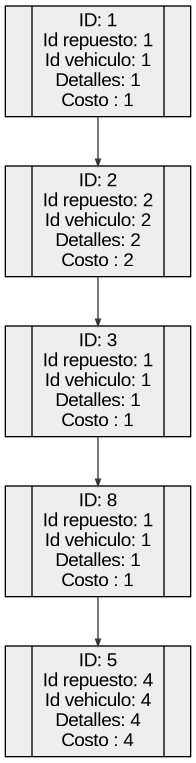
This is Fase2/AutoGestPro/Reportes/ReporteServicios.png from 0520Jose/-EDD-1S2025_202300539, a Graphviz export, as it was before one commit. Its source is kept beside it as Fase2/AutoGestPro/Reportes/ReporteServicios.dot. Source of this version:
```dot
digraph G {
node [shape=record];
rankdir=TB;
node [height=0.5];
node [width=0.5];
node [style=filled];
node [fillcolor="#EEEEEE"];
node [fontname="Arial"];
edge [fontname="Arial"];
edge [fontsize=8];
edge [fontcolor="#333333"];
edge [labelfloat=false];
edge [decorate=true];
edge [style="solid"];
edge [color="#333333"];
edge [dir="forward"];
edge [arrowhead="normal"];
edge [arrowsize="0.5"];
edge [arrowtail="normal"];
edge [taillabel=""];
edge [headlabel=""];
edge [label=""];
edge [weight="1"];
n1 [label="<f0> |<f1> ID: 1\nId repuesto: 1\nId vehiculo: 1\nDetalles: 1\nCosto : 1|<f2>"];
n1:D -> n2;
n2 [label="<f0> |<f1> ID: 2\nId repuesto: 2\nId vehiculo: 2\nDetalles: 2\nCosto : 2|<f2>"];
n2:D -> n3;
n3 [label="<f0> |<f1> ID: 3\nId repuesto: 1\nId vehiculo: 1\nDetalles: 1\nCosto : 1|<f2>"];
n3:D -> n8;
n8 [label="<f0> |<f1> ID: 8\nId repuesto: 1\nId vehiculo: 1\nDetalles: 1\nCosto : 1|<f2>"];
n8:I -> n5;
n5 [label="<f0> |<f1> ID: 5\nId repuesto: 4\nId vehiculo: 4\nDetalles: 4\nCosto : 4|<f2>"];
}
```
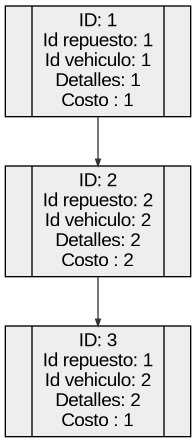
The same diagram one commit later.

Diff of the diagram source:
```diff
@@ -25,9 +25,5 @@
 n1:D -> n2;
 n2 [label="<f0> |<f1> ID: 2\nId repuesto: 2\nId vehiculo: 2\nDetalles: 2\nCosto : 2|<f2>"];
 n2:D -> n3;
-n3 [label="<f0> |<f1> ID: 3\nId repuesto: 1\nId vehiculo: 1\nDetalles: 1\nCosto : 1|<f2>"];
-n3:D -> n8;
-n8 [label="<f0> |<f1> ID: 8\nId repuesto: 1\nId vehiculo: 1\nDetalles: 1\nCosto : 1|<f2>"];
-n8:I -> n5;
-n5 [label="<f0> |<f1> ID: 5\nId repuesto: 4\nId vehiculo: 4\nDetalles: 4\nCosto : 4|<f2>"];
+n3 [label="<f0> |<f1> ID: 3\nId repuesto: 1\nId vehiculo: 2\nDetalles: 2\nCosto : 1|<f2>"];
 }
```
